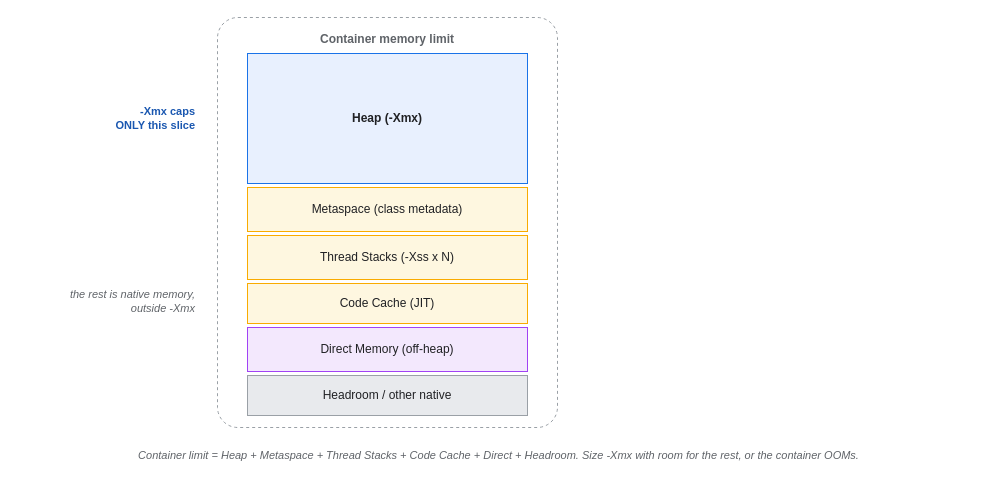
This is assets/img/jvm/jvm-04-container-memory-breakdown.drawio from KKamJi98/kkamji98.github.io, a draw.io file, before an edit. Source tidied: cells renumbered, new cells numbered last; positions are measured from the earlier drawing's top-left corner, leaving out a move shared by most shapes. Both pictures are drawn from the tidied source at 100%, with x=0, y=0 at pixel (17, 17).
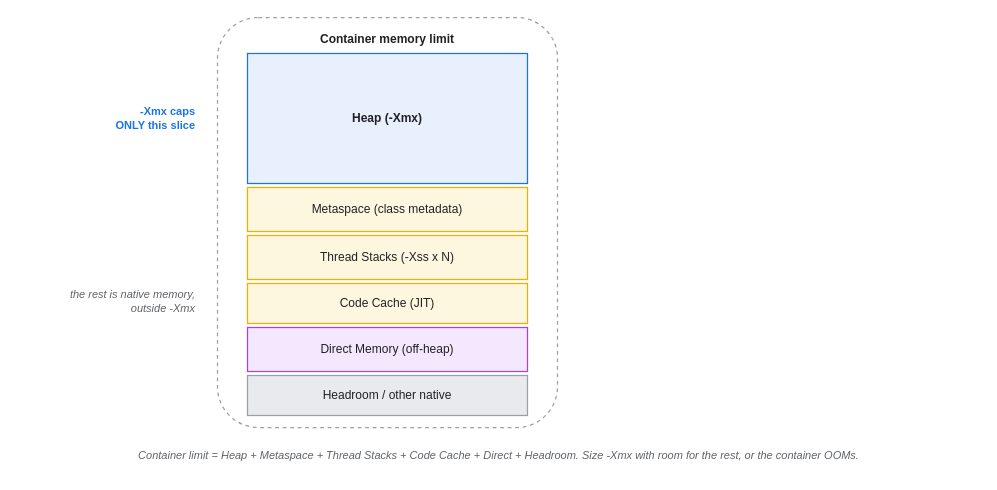
The same diagram, later.

The edit, as a diff of the source:
```diff
@@
 <mxGraphModel background="#FFFFFF">
   <root>
     <mxCell id="0" />
     <mxCell id="1" parent="0" />
-    <mxCell id="2" value="Container memory limit" style="rounded=1;whiteSpace=wrap;html=0;arcSize=6;shadow=0;fillColor=#FFFFFF;strokeColor=#9AA0A6;fontColor=#5F6368;fontStyle=1;verticalAlign=top;align=center;dashed=1;spacingTop=8;" parent="1" vertex="1">
+    <mxCell id="2" value="Container memory limit" style="rounded=1;whiteSpace=wrap;html=0;arcSize=12;shadow=0;fillColor=#FFFFFF;strokeColor=#9AA0A6;fontColor=#202124;fontStyle=1;verticalAlign=top;align=center;dashed=1;spacingTop=8;strokeWidth=1.25;" parent="1" vertex="1">
       <mxGeometry x="200" width="340" height="410" as="geometry" />
     </mxCell>
-    <mxCell id="3" value="Heap  (-Xmx)" style="rounded=0;whiteSpace=wrap;html=0;shadow=0;fillColor=#E8F0FE;strokeColor=#1A73E8;fontColor=#202124;fontStyle=1;" parent="1" vertex="1">
+    <mxCell id="3" value="Heap  (-Xmx)" style="rounded=0;whiteSpace=wrap;html=0;shadow=0;fillColor=#E8F0FE;strokeColor=#1A73E8;fontColor=#202124;fontStyle=1;strokeWidth=1.25;" parent="1" vertex="1">
       <mxGeometry x="230" y="36" width="280" height="130" as="geometry" />
     </mxCell>
-    <mxCell id="4" value="Metaspace (class metadata)" style="rounded=0;whiteSpace=wrap;html=0;shadow=0;fillColor=#FEF7E0;strokeColor=#F9AB00;fontColor=#202124;" parent="1" vertex="1">
+    <mxCell id="4" value="Metaspace (class metadata)" style="rounded=0;whiteSpace=wrap;html=0;shadow=0;fillColor=#FEF7E0;strokeColor=#F9AB00;fontColor=#202124;strokeWidth=1.25;" parent="1" vertex="1">
       <mxGeometry x="230" y="170" width="280" height="44" as="geometry" />
     </mxCell>
-    <mxCell id="5" value="Thread Stacks (-Xss x N)" style="rounded=0;whiteSpace=wrap;html=0;shadow=0;fillColor=#FEF7E0;strokeColor=#F9AB00;fontColor=#202124;" parent="1" vertex="1">
+    <mxCell id="5" value="Thread Stacks (-Xss x N)" style="rounded=0;whiteSpace=wrap;html=0;shadow=0;fillColor=#FEF7E0;strokeColor=#F9AB00;fontColor=#202124;strokeWidth=1.25;" parent="1" vertex="1">
       <mxGeometry x="230" y="218" width="280" height="44" as="geometry" />
     </mxCell>
-    <mxCell id="6" value="Code Cache (JIT)" style="rounded=0;whiteSpace=wrap;html=0;shadow=0;fillColor=#FEF7E0;strokeColor=#F9AB00;fontColor=#202124;" parent="1" vertex="1">
+    <mxCell id="6" value="Code Cache (JIT)" style="rounded=0;whiteSpace=wrap;html=0;shadow=0;fillColor=#FEF7E0;strokeColor=#F9AB00;fontColor=#202124;strokeWidth=1.25;" parent="1" vertex="1">
       <mxGeometry x="230" y="266" width="280" height="40" as="geometry" />
     </mxCell>
-    <mxCell id="7" value="Direct Memory (off-heap)" style="rounded=0;whiteSpace=wrap;html=0;shadow=0;fillColor=#F3E8FD;strokeColor=#A142F4;fontColor=#202124;" parent="1" vertex="1">
+    <mxCell id="7" value="Direct Memory (off-heap)" style="rounded=0;whiteSpace=wrap;html=0;shadow=0;fillColor=#F3E8FD;strokeColor=#A142F4;fontColor=#202124;strokeWidth=1.25;" parent="1" vertex="1">
       <mxGeometry x="230" y="310" width="280" height="44" as="geometry" />
     </mxCell>
-    <mxCell id="8" value="Headroom / other native" style="rounded=0;whiteSpace=wrap;html=0;shadow=0;fillColor=#E8EAED;strokeColor=#9AA0A6;fontColor=#202124;" parent="1" vertex="1">
+    <mxCell id="8" value="Headroom / other native" style="rounded=0;whiteSpace=wrap;html=0;shadow=0;fillColor=#E8EAED;strokeColor=#9AA0A6;fontColor=#202124;strokeWidth=1.25;" parent="1" vertex="1">
       <mxGeometry x="230" y="358" width="280" height="40" as="geometry" />
     </mxCell>
-    <mxCell id="9" value="-Xmx caps&#10;ONLY this slice" style="text;html=0;align=right;verticalAlign=middle;whiteSpace=wrap;fontSize=11;fontColor=#1A57B0;fontStyle=1;" parent="1" vertex="1">
+    <mxCell id="9" value="-Xmx caps&#10;ONLY this slice" style="text;html=0;align=right;verticalAlign=middle;whiteSpace=wrap;fontSize=11;fontColor=#1A73E8;fontStyle=1;" parent="1" vertex="1">
       <mxGeometry y="74" width="180" height="54" as="geometry" />
     </mxCell>
     <mxCell id="10" value="the rest is native memory,&#10;outside -Xmx" style="text;html=0;align=right;verticalAlign=middle;whiteSpace=wrap;fontSize=11;fontColor=#5F6368;fontStyle=2;" parent="1" vertex="1">
       <mxGeometry y="254" width="180" height="60" as="geometry" />
     </mxCell>
     <mxCell id="11" value="Container limit = Heap + Metaspace + Thread Stacks + Code Cache + Direct + Headroom.   Size -Xmx with room for the rest, or the container OOMs." style="text;html=0;align=center;verticalAlign=middle;whiteSpace=wrap;fontSize=11;fontColor=#5F6368;fontStyle=2;" parent="1" vertex="1">
       <mxGeometry y="420" width="963" height="35" as="geometry" />
     </mxCell>
   </root>
 </mxGraphModel>
```
